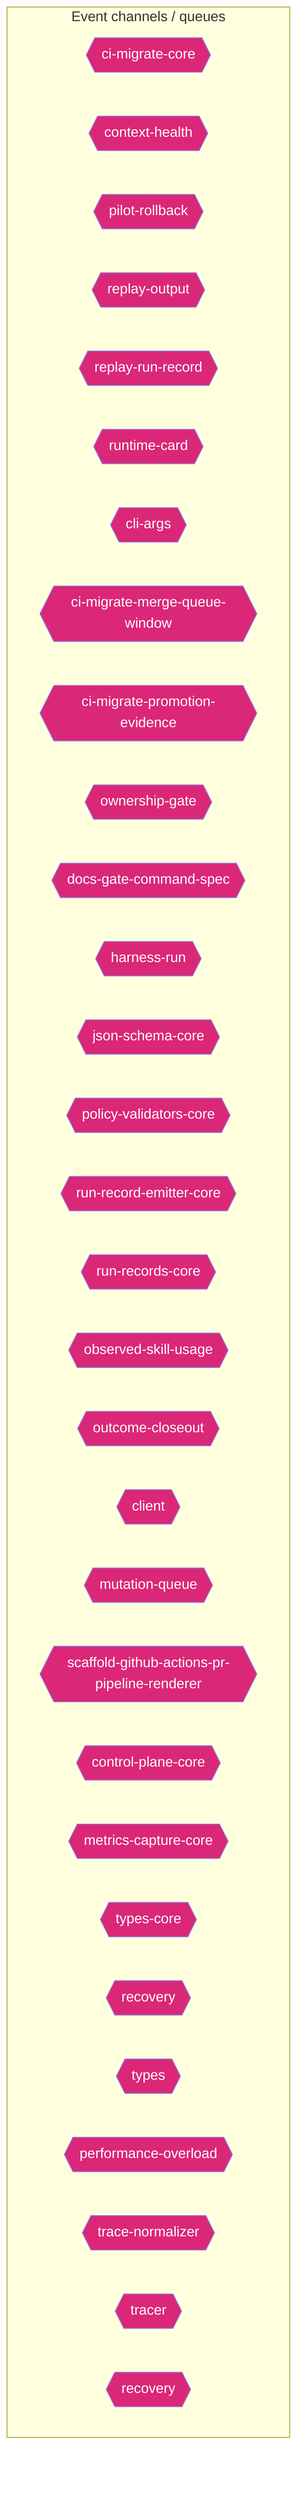
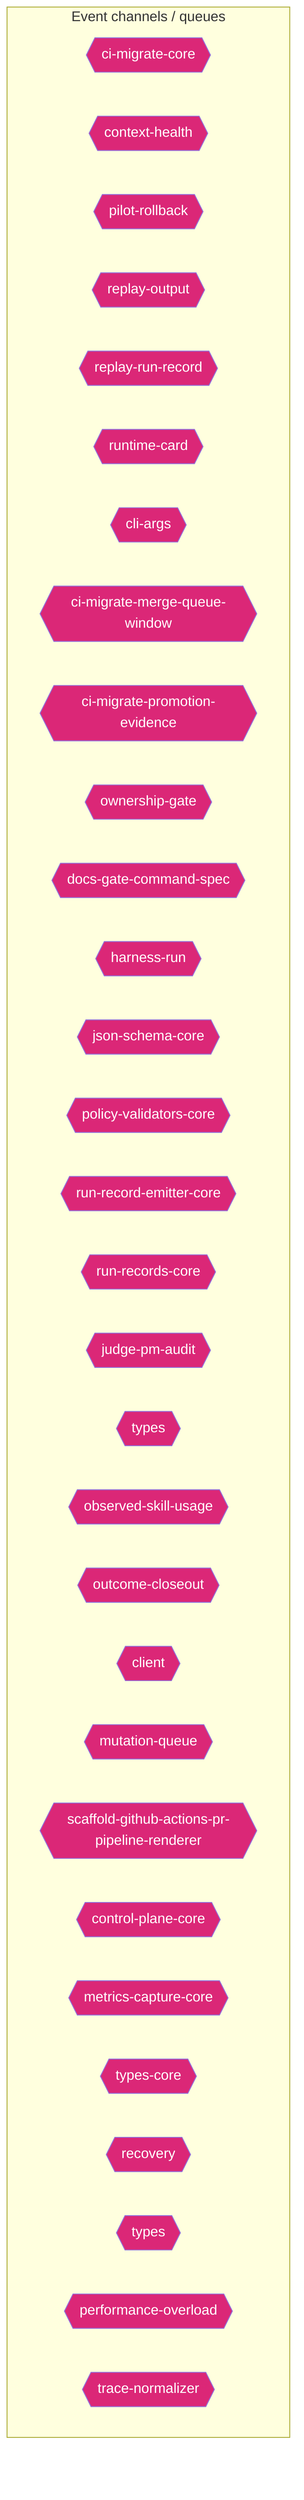
flowchart TD
  subgraph Channels["Event channels / queues"]
    ci_migrate_core_7005b5af{{"ci-migrate-core"}}
    context_health_80bb7da9{{"context-health"}}
    pilot_rollback_00c1f82c{{"pilot-rollback"}}
    replay_output_993eda9e{{"replay-output"}}
    replay_run_record_9a08cce2{{"replay-run-record"}}
    runtime_card_e06b53e1{{"runtime-card"}}
    cli_args_1_6144b055{{"cli-args"}}
    ci_migrate_merge_queue_window_0070bd6d{{"ci-migrate-merge-queue-window"}}
    ci_migrate_promotion_evidence_1a2dc527{{"ci-migrate-promotion-evidence"}}
    ownership_gate_2e194d13{{"ownership-gate"}}
    docs_gate_command_spec_16795187{{"docs-gate-command-spec"}}
    harness_run_c0761792{{"harness-run"}}
    json_schema_core_96d7e328{{"json-schema-core"}}
    policy_validators_core_714a3fe7{{"policy-validators-core"}}
    run_record_emitter_core_688049d5{{"run-record-emitter-core"}}
    run_records_core_89286dfa{{"run-records-core"}}
+     judge_pm_audit_ccd20b35{{"judge-pm-audit"}}
+     types_6_1818fb91{{"types"}}
    observed_skill_usage_ed7d5930{{"observed-skill-usage"}}
    outcome_closeout_ba497ec2{{"outcome-closeout"}}
    client_948fe603{{"client"}}
    mutation_queue_ce5a530e{{"mutation-queue"}}
    scaffold_github_actions_pr_pipeline_renderer_1ee18de5{{"scaffold-github-actions-pr-pipeline-renderer"}}
    control_plane_core_db3b4cb2{{"control-plane-core"}}
    metrics_capture_core_db4bf7cf{{"metrics-capture-core"}}
    types_core_1_8bd0f8fd{{"types-core"}}
    recovery_8c585378{{"recovery"}}
    types_18_37582e2a{{"types"}}
    performance_overload_c685bfcf{{"performance-overload"}}
    trace_normalizer_cb1be1d2{{"trace-normalizer"}}
-     tracer_1e6243a2{{"tracer"}}
-     recovery_1_4d1804ab{{"recovery"}}
  end
  classDef eventNode fill:#db2777,color:#fff
-   class ci_migrate_core_7005b5af,context_health_80bb7da9,pilot_rollback_00c1f82c,replay_output_993eda9e,replay_run_record_9a08cce2,runtime_card_e06b53e1,cli_args_1_6144b055,ci_migrate_merge_queue_window_0070bd6d,ci_migrate_promotion_evidence_1a2dc527,ownership_gate_2e194d13,docs_gate_command_spec_16795187,harness_run_c0761792,json_schema_core_96d7e328,policy_validators_core_714a3fe7,run_record_emitter_core_688049d5,run_records_core_89286dfa,observed_skill_usage_ed7d5930,outcome_closeout_ba497ec2,client_948fe603,mutation_queue_ce5a530e,scaffold_github_actions_pr_pipeline_renderer_1ee18de5,control_plane_core_db3b4cb2,metrics_capture_core_db4bf7cf,types_core_1_8bd0f8fd,recovery_8c585378,types_18_37582e2a,performance_overload_c685bfcf,trace_normalizer_cb1be1d2,tracer_1e6243a2,recovery_1_4d1804ab eventNode
+   class ci_migrate_core_7005b5af,context_health_80bb7da9,pilot_rollback_00c1f82c,replay_output_993eda9e,replay_run_record_9a08cce2,runtime_card_e06b53e1,cli_args_1_6144b055,ci_migrate_merge_queue_window_0070bd6d,ci_migrate_promotion_evidence_1a2dc527,ownership_gate_2e194d13,docs_gate_command_spec_16795187,harness_run_c0761792,json_schema_core_96d7e328,policy_validators_core_714a3fe7,run_record_emitter_core_688049d5,run_records_core_89286dfa,judge_pm_audit_ccd20b35,types_6_1818fb91,observed_skill_usage_ed7d5930,outcome_closeout_ba497ec2,client_948fe603,mutation_queue_ce5a530e,scaffold_github_actions_pr_pipeline_renderer_1ee18de5,control_plane_core_db3b4cb2,metrics_capture_core_db4bf7cf,types_core_1_8bd0f8fd,recovery_8c585378,types_18_37582e2a,performance_overload_c685bfcf,trace_normalizer_cb1be1d2 eventNode
